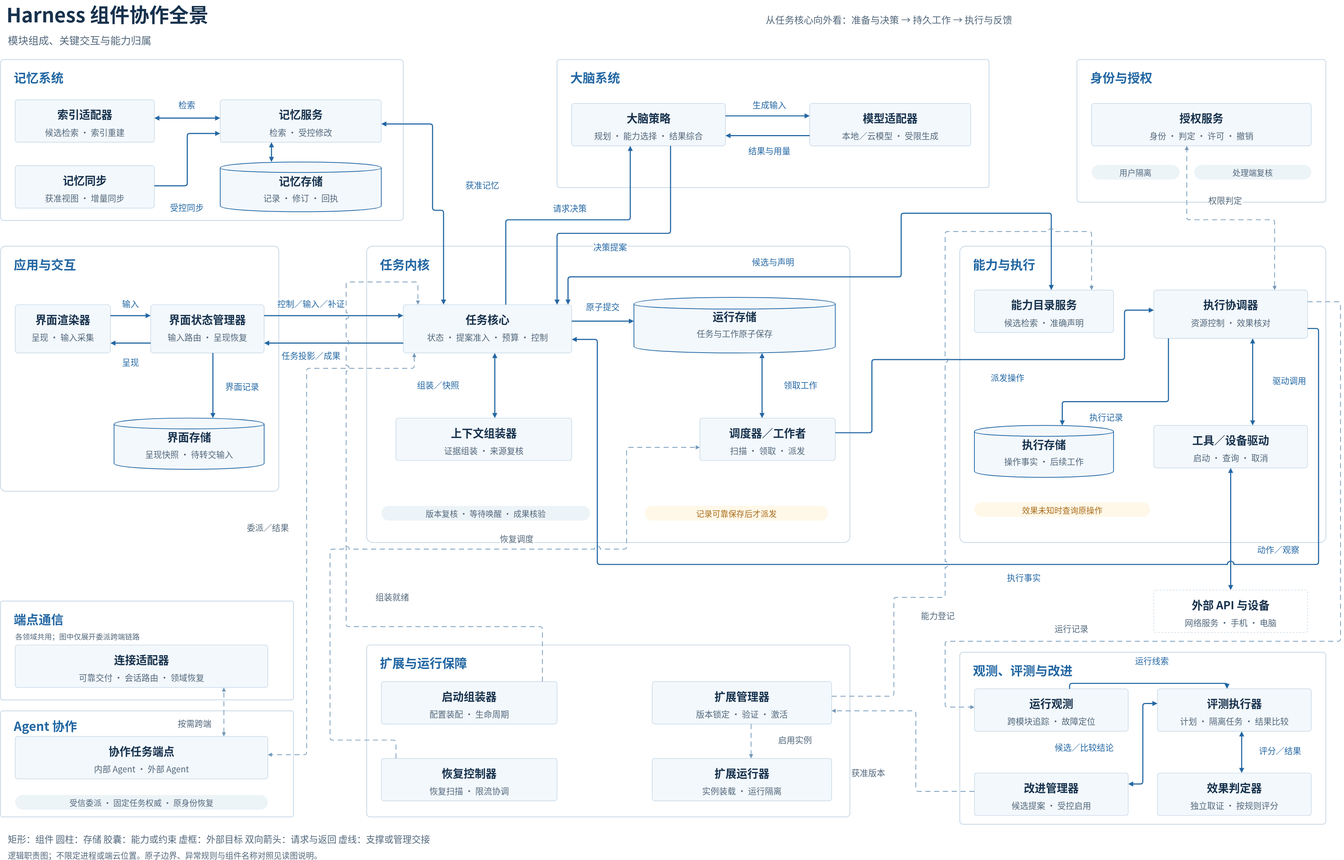
ruipengliu/lerna keeps this draw.io diagram as docs/architecture/diagrams/system-panorama.drawio.svg. Above is the earlier version. Source tidied: cells renumbered, new cells last; positions are measured from the earlier drawing's top-left corner, leaving out a move shared by most shapes.
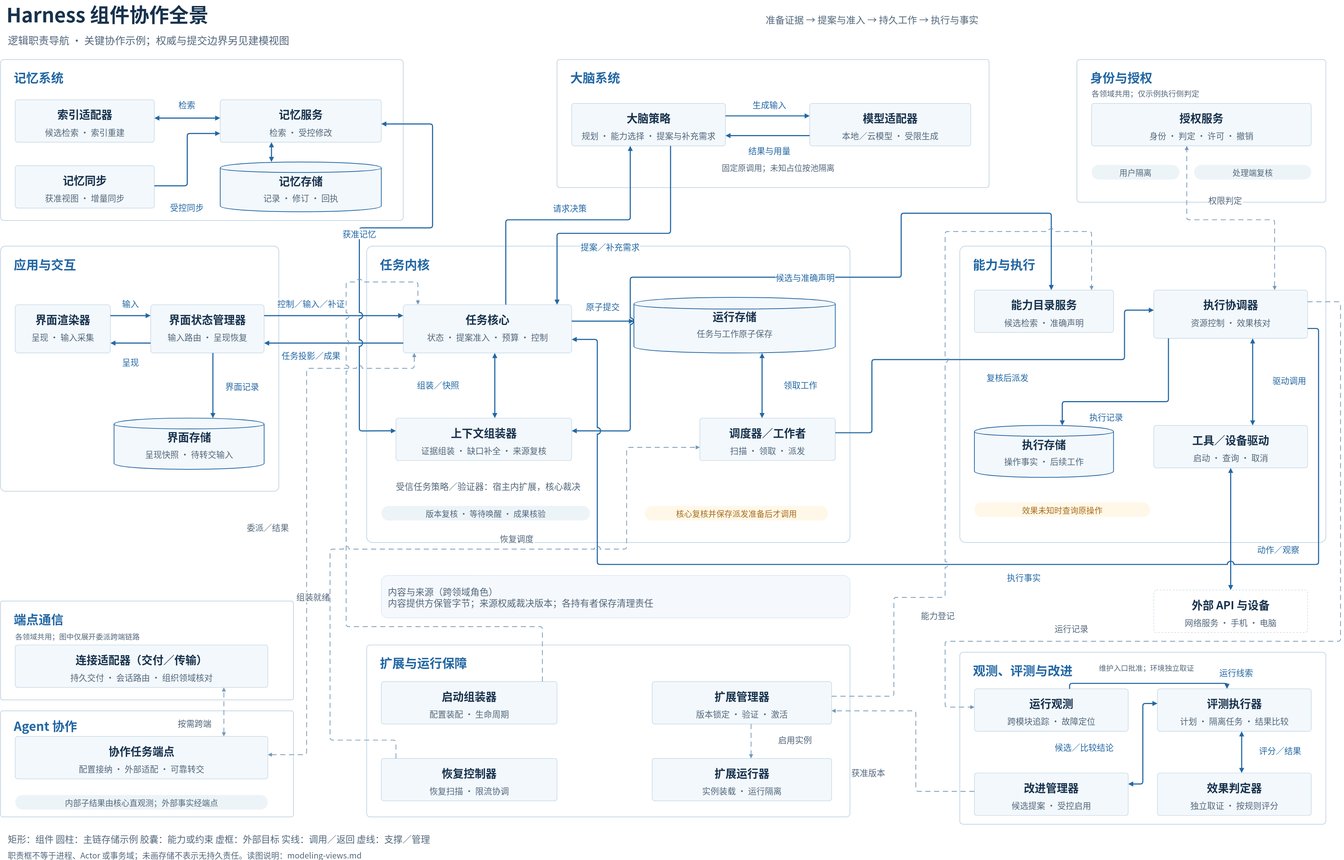
Later version of the same file.

Diff of the diagram source:
```diff
@@ -7,6 +7,6 @@
     </mxCell>
-    <mxCell id="3" value="模块组成、关键交互与能力归属" style="text;html=0;whiteSpace=wrap;overflow=visible;align=left;verticalAlign=top;spacing=0;fontFamily=Noto Sans CJK SC;fontSize=28;fontColor=#52677b;fontStyle=0;" parent="1" vertex="1">
+    <mxCell id="3" value="逻辑职责导航 · 关键协作示例；权威与提交边界另见建模视图" style="text;html=0;whiteSpace=wrap;overflow=visible;align=left;verticalAlign=top;spacing=0;fontFamily=Noto Sans CJK SC;fontSize=28;fontColor=#52677b;fontStyle=0;" parent="1" vertex="1">
       <mxGeometry x="20" y="88" width="1800" height="46" as="geometry" />
     </mxCell>
-    <mxCell id="4" value="从任务核心向外看：准备与决策 → 持久工作 → 执行与反馈" style="text;html=0;whiteSpace=wrap;overflow=visible;align=left;verticalAlign=top;spacing=0;fontFamily=Noto Sans CJK SC;fontSize=26;fontColor=#52677b;fontStyle=0;" parent="1" vertex="1">
+    <mxCell id="4" value="准备证据 → 提案与准入 → 持久工作 → 执行与事实" style="text;html=0;whiteSpace=wrap;overflow=visible;align=left;verticalAlign=top;spacing=0;fontFamily=Noto Sans CJK SC;fontSize=26;fontColor=#52677b;fontStyle=0;" parent="1" vertex="1">
       <mxGeometry x="2090" y="32" width="1530" height="48" as="geometry" />
@@ -67,3 +67,3 @@
     </mxCell>
-    <mxCell id="23" value="规划 · 能力选择 · 结果综合" style="text;html=0;whiteSpace=wrap;overflow=visible;align=center;verticalAlign=top;spacing=0;fontFamily=Noto Sans CJK SC;fontSize=23;fontColor=#52677b;fontStyle=0;" parent="21" vertex="1">
+    <mxCell id="23" value="规划 · 能力选择 · 提案与补充需求" style="text;html=0;whiteSpace=wrap;overflow=visible;align=center;verticalAlign=top;spacing=0;fontFamily=Noto Sans CJK SC;fontSize=23;fontColor=#52677b;fontStyle=0;" parent="21" vertex="1">
       <mxGeometry x="20" y="70" width="380" height="36" as="geometry" />
@@ -79,2 +79,5 @@
     </mxCell>
+    <mxCell id="155" value="固定原调用；未知占位按池隔离" style="text;html=0;whiteSpace=wrap;overflow=visible;align=left;verticalAlign=middle;spacing=0;fontFamily=Noto Sans CJK SC;fontSize=22;fontColor=#52677b;" parent="19" vertex="1">
+      <mxGeometry x="450" y="275" width="680" height="38" as="geometry" />
+    </mxCell>
     <mxCell id="27" style="rounded=1;arcSize=2;fillColor=#ffffff;strokeColor=#c4d6e5;strokeWidth=2;" parent="1" vertex="1">
@@ -94,2 +97,5 @@
     </mxCell>
+    <mxCell id="156" value="各领域共用；仅示例执行侧判定" style="text;html=0;whiteSpace=wrap;overflow=visible;align=left;verticalAlign=middle;spacing=0;fontFamily=Noto Sans CJK SC;fontSize=21;fontColor=#52677b;" parent="27" vertex="1">
+      <mxGeometry x="40" y="78" width="600" height="28" as="geometry" />
+    </mxCell>
     <mxCell id="32" value="用户隔离" style="rounded=1;arcSize=50;html=0;whiteSpace=wrap;align=center;verticalAlign=middle;fillColor=#edf4f8;strokeColor=none;fontFamily=Noto Sans CJK SC;fontSize=22;fontColor=#52677b;" parent="1" vertex="1">
@@ -154,3 +160,3 @@
     </mxCell>
-    <mxCell id="52" value="证据组装 · 来源复核" style="text;html=0;whiteSpace=wrap;overflow=visible;align=center;verticalAlign=top;spacing=0;fontFamily=Noto Sans CJK SC;fontSize=23;fontColor=#52677b;fontStyle=0;" parent="50" vertex="1">
+    <mxCell id="52" value="证据组装 · 缺口补全 · 来源复核" style="text;html=0;whiteSpace=wrap;overflow=visible;align=center;verticalAlign=top;spacing=0;fontFamily=Noto Sans CJK SC;fontSize=23;fontColor=#52677b;fontStyle=0;" parent="50" vertex="1">
       <mxGeometry x="20" y="70" width="440" height="36" as="geometry" />
@@ -175,3 +181,6 @@
     </mxCell>
+    <mxCell id="157" value="受信任务策略／验证器：宿主内扩展，核心裁决" style="text;html=0;whiteSpace=wrap;overflow=visible;align=left;verticalAlign=middle;spacing=0;fontFamily=Noto Sans CJK SC;fontSize=24;fontColor=#52677b;" parent="45" vertex="1">
+      <mxGeometry x="80" y="635" width="1150" height="42" as="geometry" />
+    </mxCell>
-    <mxCell id="59" value="记录可靠保存后才派发" style="rounded=1;arcSize=50;html=0;whiteSpace=wrap;align=center;verticalAlign=middle;fillColor=#fff8e9;strokeColor=none;fontFamily=Noto Sans CJK SC;fontSize=22;fontColor=#a86b18;" parent="1" vertex="1">
+    <mxCell id="59" value="核心复核并保存派发准备后才调用" style="rounded=1;arcSize=50;html=0;whiteSpace=wrap;align=center;verticalAlign=middle;fillColor=#fff8e9;strokeColor=none;fontFamily=Noto Sans CJK SC;fontSize=22;fontColor=#a86b18;" parent="1" vertex="1">
       <mxGeometry x="1760" y="1382" width="500" height="40" as="geometry" />
@@ -247,6 +256,6 @@
     </mxCell>
-    <mxCell id="83" value="连接适配器" style="text;html=0;whiteSpace=wrap;overflow=visible;align=center;verticalAlign=top;spacing=0;fontFamily=Noto Sans CJK SC;fontSize=30;fontColor=#17324d;fontStyle=1;" parent="82" vertex="1">
+    <mxCell id="83" value="连接适配器（交付／传输）" style="text;html=0;whiteSpace=wrap;overflow=visible;align=center;verticalAlign=top;spacing=0;fontFamily=Noto Sans CJK SC;fontSize=30;fontColor=#17324d;fontStyle=1;" parent="82" vertex="1">
       <mxGeometry x="20" y="16" width="650" height="42" as="geometry" />
     </mxCell>
-    <mxCell id="84" value="可靠交付 · 会话路由 · 领域恢复" style="text;html=0;whiteSpace=wrap;overflow=visible;align=center;verticalAlign=top;spacing=0;fontFamily=Noto Sans CJK SC;fontSize=23;fontColor=#52677b;fontStyle=0;" parent="82" vertex="1">
+    <mxCell id="84" value="持久交付 · 会话路由 · 组织领域核对" style="text;html=0;whiteSpace=wrap;overflow=visible;align=center;verticalAlign=top;spacing=0;fontFamily=Noto Sans CJK SC;fontSize=23;fontColor=#52677b;fontStyle=0;" parent="82" vertex="1">
       <mxGeometry x="20" y="70" width="650" height="36" as="geometry" />
@@ -265,6 +274,6 @@
     </mxCell>
-    <mxCell id="89" value="内部 Agent · 外部 Agent" style="text;html=0;whiteSpace=wrap;overflow=visible;align=center;verticalAlign=top;spacing=0;fontFamily=Noto Sans CJK SC;fontSize=23;fontColor=#52677b;fontStyle=0;" parent="87" vertex="1">
+    <mxCell id="89" value="配置接纳 · 外部适配 · 可靠转交" style="text;html=0;whiteSpace=wrap;overflow=visible;align=center;verticalAlign=top;spacing=0;fontFamily=Noto Sans CJK SC;fontSize=23;fontColor=#52677b;fontStyle=0;" parent="87" vertex="1">
       <mxGeometry x="20" y="70" width="650" height="36" as="geometry" />
     </mxCell>
-    <mxCell id="90" value="受信委派 · 固定任务权威 · 原身份恢复" style="rounded=1;arcSize=50;html=0;whiteSpace=wrap;align=center;verticalAlign=middle;fillColor=#edf4f8;strokeColor=none;fontFamily=Noto Sans CJK SC;fontSize=22;fontColor=#52677b;" parent="1" vertex="1">
+    <mxCell id="90" value="内部子结果由核心直观测；外部事实经端点" style="rounded=1;arcSize=50;html=0;whiteSpace=wrap;align=center;verticalAlign=middle;fillColor=#edf4f8;strokeColor=none;fontFamily=Noto Sans CJK SC;fontSize=22;fontColor=#52677b;" parent="1" vertex="1">
       <mxGeometry x="40" y="2172" width="690" height="40" as="geometry" />
@@ -355,2 +364,5 @@
     </mxCell>
+    <mxCell id="158" value="维护入口批准；环境独立取证" style="text;html=0;whiteSpace=wrap;overflow=visible;align=left;verticalAlign=middle;spacing=0;fontFamily=Noto Sans CJK SC;fontSize=20;fontColor=#52677b;" parent="105" vertex="1">
+      <mxGeometry x="380" y="28" width="585" height="28" as="geometry" />
+    </mxCell>
     <mxCell id="119" value="输入" style="edgeStyle=none;rounded=1;arcSize=14;html=0;endArrow=block;endFill=1;startArrow=none;startFill=1;strokeColor=#2367a3;strokeWidth=3;dashed=0;dashPattern=7 5;jumpStyle=arc;jumpSize=14;exitX=1.0;exitY=0.22727272727272727;exitPerimeter=0;entryX=0.0;entryY=0.22727272727272727;entryPerimeter=0;fontFamily=Noto Sans CJK SC;fontSize=23;fontColor=#2367a3;align=center;verticalAlign=middle;labelBackgroundColor=#ffffff;spacing=0;" parent="1" edge="1" source="36" target="39">
@@ -412,10 +424,10 @@
     </mxCell>
-    <mxCell id="130" value="获准记忆" style="edgeStyle=none;rounded=1;arcSize=14;html=0;endArrow=block;endFill=1;startArrow=block;startFill=1;strokeColor=#2367a3;strokeWidth=3;dashed=0;dashPattern=7 5;jumpStyle=arc;jumpSize=14;exitX=0.2391304347826087;exitY=0.0;exitPerimeter=0;entryX=1.0;entryY=0.5689655172413793;entryPerimeter=0;fontFamily=Noto Sans CJK SC;fontSize=23;fontColor=#2367a3;align=center;verticalAlign=middle;labelBackgroundColor=#ffffff;spacing=0;" parent="1" edge="1" source="47" target="7">
+    <mxCell id="130" value="获准记忆" style="edgeStyle=none;rounded=1;arcSize=14;html=0;endArrow=block;endFill=1;startArrow=block;startFill=1;strokeColor=#2367a3;strokeWidth=3;dashed=0;dashPattern=7 5;jumpStyle=arc;jumpSize=14;exitX=0.0;exitY=0.3;exitPerimeter=0;entryX=1.0;entryY=0.5689655172413793;entryPerimeter=0;fontFamily=Noto Sans CJK SC;fontSize=23;fontColor=#2367a3;align=center;verticalAlign=middle;labelBackgroundColor=#ffffff;spacing=0;" parent="1" edge="1" source="50" target="7">
       <mxGeometry relative="1" as="geometry">
         <Array as="points">
-          <mxPoint x="1210" y="574" />
-          <mxPoint x="1180" y="574" />
+          <mxPoint x="980" y="1177" />
+          <mxPoint x="980" y="622" />
+          <mxPoint x="1180" y="622" />
           <mxPoint x="1180" y="338" />
         </Array>
-        <mxPoint x="136" y="-26" as="offset" />
       </mxGeometry>
@@ -431,3 +443,3 @@
     </mxCell>
-    <mxCell id="132" value="决策提案" style="edgeStyle=none;rounded=1;arcSize=14;html=0;endArrow=block;endFill=1;startArrow=none;startFill=1;strokeColor=#2367a3;strokeWidth=3;dashed=0;dashPattern=7 5;jumpStyle=arc;jumpSize=14;exitX=0.6428571428571429;exitY=1.0;exitPerimeter=0;entryX=0.9130434782608695;entryY=0.0;entryPerimeter=0;fontFamily=Noto Sans CJK SC;fontSize=23;fontColor=#2367a3;align=center;verticalAlign=middle;labelBackgroundColor=#ffffff;spacing=0;" parent="1" edge="1" source="21" target="47">
+    <mxCell id="132" value="提案／补充需求" style="edgeStyle=none;rounded=1;arcSize=14;html=0;endArrow=block;endFill=1;startArrow=none;startFill=1;strokeColor=#2367a3;strokeWidth=3;dashed=0;dashPattern=7 5;jumpStyle=arc;jumpSize=14;exitX=0.6428571428571429;exitY=1.0;exitPerimeter=0;entryX=0.9130434782608695;entryY=0.0;entryPerimeter=0;fontFamily=Noto Sans CJK SC;fontSize=23;fontColor=#2367a3;align=center;verticalAlign=middle;labelBackgroundColor=#ffffff;spacing=0;" parent="1" edge="1" source="21" target="47">
       <mxGeometry relative="1" as="geometry">
@@ -450,7 +462,8 @@
     </mxCell>
-    <mxCell id="135" value="候选与声明" style="edgeStyle=none;rounded=1;arcSize=14;html=0;endArrow=block;endFill=1;startArrow=block;startFill=1;strokeColor=#2367a3;strokeWidth=3;dashed=0;dashPattern=7 5;jumpStyle=arc;jumpSize=14;exitX=0.9782608695652174;exitY=0.0;exitPerimeter=0;entryX=0.5526315789473685;entryY=0.0;entryPerimeter=0;fontFamily=Noto Sans CJK SC;fontSize=23;fontColor=#2367a3;align=center;verticalAlign=middle;labelBackgroundColor=#ffffff;spacing=0;" parent="1" edge="1" source="47" target="63">
+    <mxCell id="135" value="候选与准确声明" style="edgeStyle=none;rounded=1;arcSize=14;html=0;endArrow=block;endFill=1;startArrow=block;startFill=1;strokeColor=#2367a3;strokeWidth=3;dashed=0;dashPattern=7 5;jumpStyle=arc;jumpSize=14;exitX=1.0;exitY=0.3;exitPerimeter=0;entryX=0.5526315789473685;entryY=0.0;entryPerimeter=0;fontFamily=Noto Sans CJK SC;fontSize=23;fontColor=#2367a3;align=center;verticalAlign=middle;labelBackgroundColor=#ffffff;spacing=0;" parent="1" edge="1" source="50" target="63">
       <mxGeometry relative="1" as="geometry">
         <Array as="points">
-          <mxPoint x="1550" y="756" />
-          <mxPoint x="2460" y="756" />
+          <mxPoint x="1720" y="1177" />
+          <mxPoint x="1720" y="757" />
+          <mxPoint x="2460" y="757" />
           <mxPoint x="2460" y="582" />
@@ -458,6 +471,5 @@
         </Array>
-        <mxPoint x="-254" y="-42" as="offset" />
       </mxGeometry>
     </mxCell>
-    <mxCell id="136" value="派发操作" style="edgeStyle=none;rounded=1;arcSize=14;html=0;endArrow=block;endFill=1;startArrow=none;startFill=1;strokeColor=#2367a3;strokeWidth=3;dashed=0;dashPattern=7 5;jumpStyle=arc;jumpSize=14;exitX=1.0;exitY=0.3448275862068966;exitPerimeter=0;entryX=0.0;entryY=0.4166666666666667;entryPerimeter=0;fontFamily=Noto Sans CJK SC;fontSize=23;fontColor=#2367a3;align=center;verticalAlign=middle;labelBackgroundColor=#ffffff;spacing=0;" parent="1" edge="1" source="56" target="66">
+    <mxCell id="136" value="复核后派发" style="edgeStyle=none;rounded=1;arcSize=14;html=0;endArrow=block;endFill=1;startArrow=none;startFill=1;strokeColor=#2367a3;strokeWidth=3;dashed=0;dashPattern=7 5;jumpStyle=arc;jumpSize=14;exitX=1.0;exitY=0.3448275862068966;exitPerimeter=0;entryX=0.0;entryY=0.4166666666666667;entryPerimeter=0;fontFamily=Noto Sans CJK SC;fontSize=23;fontColor=#2367a3;align=center;verticalAlign=middle;labelBackgroundColor=#ffffff;spacing=0;" parent="1" edge="1" source="56" target="66">
       <mxGeometry relative="1" as="geometry">
@@ -534,3 +546,3 @@
         </Array>
-        <mxPoint x="126" y="175" as="offset" />
+        <mxPoint x="-90" y="175" as="offset" />
       </mxGeometry>
@@ -583,3 +595,3 @@
         </Array>
-        <mxPoint x="10" y="-63" as="offset" />
+        <mxPoint x="240" y="-30" as="offset" />
       </mxGeometry>
@@ -609,8 +621,11 @@
     </mxCell>
-    <mxCell id="153" value="矩形：组件    圆柱：存储    胶囊：能力或约束    虚框：外部目标    双向箭头：请求与返回    虚线：支撑或管理交接" style="text;html=0;whiteSpace=wrap;overflow=visible;align=left;verticalAlign=top;spacing=0;fontFamily=Noto Sans CJK SC;fontSize=25;fontColor=#52677b;fontStyle=0;" parent="1" vertex="1">
+    <mxCell id="153" value="矩形：组件  圆柱：主链存储示例  胶囊：能力或约束  虚框：外部目标  实线：调用／返回  虚线：支撑／管理" style="text;html=0;whiteSpace=wrap;overflow=visible;align=left;verticalAlign=top;spacing=0;fontFamily=Noto Sans CJK SC;fontSize=25;fontColor=#52677b;fontStyle=0;" parent="1" vertex="1">
       <mxGeometry x="20" y="2272" width="3550" height="36" as="geometry" />
     </mxCell>
-    <mxCell id="154" value="逻辑职责图；不限定进程或端云位置。原子边界、异常规则与组件名称对照见读图说明。" style="text;html=0;whiteSpace=wrap;overflow=visible;align=left;verticalAlign=top;spacing=0;fontFamily=Noto Sans CJK SC;fontSize=22;fontColor=#52677b;fontStyle=0;" parent="1" vertex="1">
+    <mxCell id="154" value="职责框不等于进程、Actor 或事务域；未画存储不表示无持久责任。读图说明：modeling-views.md" style="text;html=0;whiteSpace=wrap;overflow=visible;align=left;verticalAlign=top;spacing=0;fontFamily=Noto Sans CJK SC;fontSize=22;fontColor=#52677b;fontStyle=0;" parent="1" vertex="1">
       <mxGeometry x="20" y="2318" width="3550" height="30" as="geometry" />
     </mxCell>
+    <mxCell id="159" value="内容与来源（跨领域角色）&#10;内容提供方保管字节；来源权威裁决版本；各持有者保存清理责任" style="text;html=0;whiteSpace=wrap;overflow=visible;align=left;verticalAlign=middle;spacing=0;fontFamily=Noto Sans CJK SC;fontSize=25;fontColor=#52677b;rounded=1;fillColor=#f5f8fc;strokeColor=#c8d9e9;spacingLeft=18;spacingRight=18;" parent="1" vertex="1">
+      <mxGeometry x="1040" y="1572" width="1280" height="116" as="geometry" />
+    </mxCell>
   </root>
```
